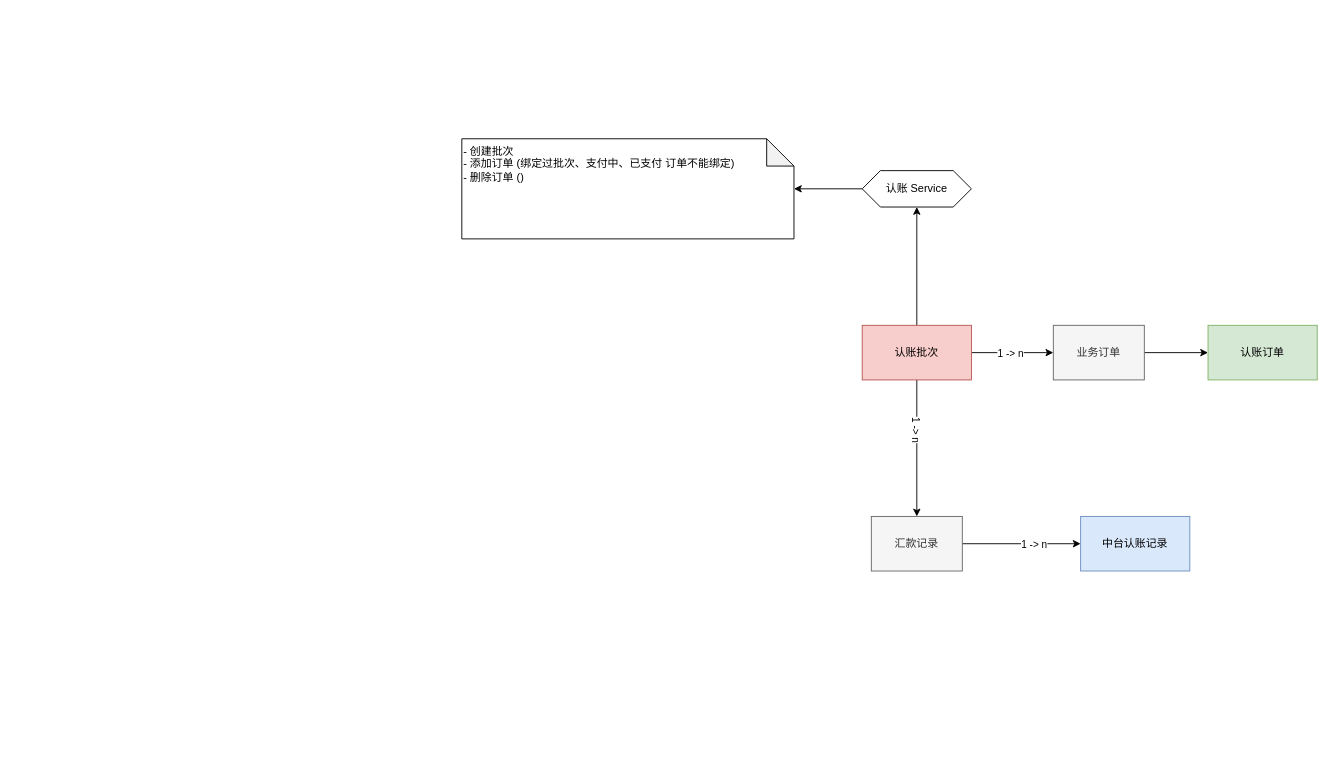
specialnote/diagrams keeps this draw.io diagram as 优信拍-网银多对多认账.drawio. Above is the earlier version. Source tidied: cells renumbered, new cells numbered last; positions are measured from the earlier drawing's top-left corner, leaving out a move shared by most shapes. Both pictures are drawn from the tidied source at 91%, with x=0, y=0 at pixel (461, 138).
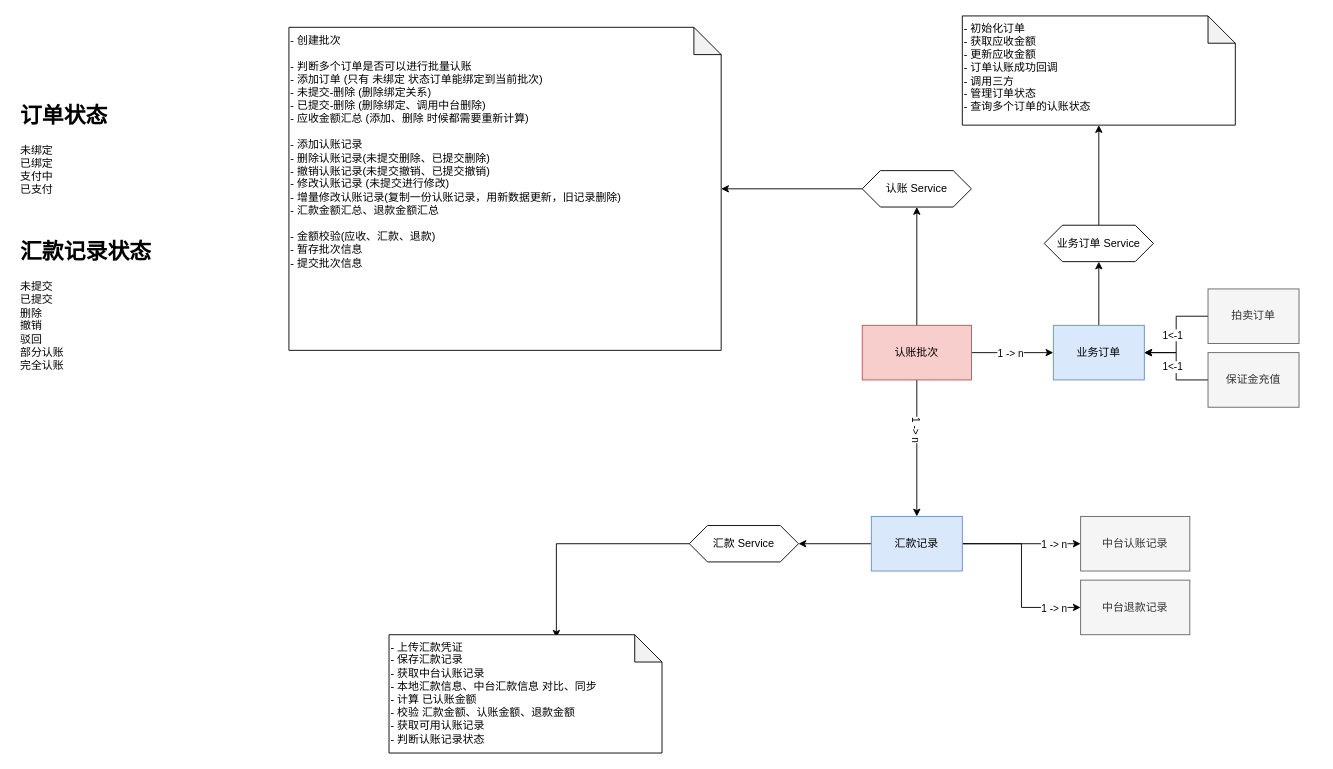
After the change.

Commit message:
Update 优信拍-网银多对多认账.drawio

The change refers to these unchanged cells:
```xml
<mxCell id="10" style="edgeStyle=orthogonalEdgeStyle;rounded=0;jettySize=auto;html=1;" parent="1" edge="1" source="12" target="13">
  <mxGeometry relative="1" as="geometry" />
</mxCell>
```

The edit, as a diff of the source:
```diff
@@
-    <mxCell id="8" style="edgeStyle=orthogonalEdgeStyle;rounded=0;jettySize=auto;html=1;" parent="1" edge="1" source="9" target="17">
-      <mxGeometry relative="1" as="geometry" />
-    </mxCell>
+    <mxCell id="18" style="edgeStyle=orthogonalEdgeStyle;rounded=0;jettySize=auto;html=1;" parent="1" edge="1" source="9" target="31">
+      <mxGeometry relative="1" as="geometry" />
+    </mxCell>
-    <mxCell id="9" value="业务订单" style="whiteSpace=wrap;html=1;rounded=0;fillColor=#f5f5f5;fontColor=#333333;strokeColor=#666666;" parent="1" vertex="1">
+    <mxCell id="9" value="业务订单" style="whiteSpace=wrap;html=1;rounded=0;fillColor=#dae8fc;strokeColor=#6c8ebf;" parent="1" vertex="1">
       <mxGeometry x="650" y="205" width="100" height="60" as="geometry" />
     </mxCell>
@@
     <mxCell id="11" value="&lt;div&gt;1 -&amp;gt; n&lt;/div&gt;" style="edgeLabel;html=1;align=center;verticalAlign=middle;" parent="10" vertex="1">
       <mxGeometry x="0.2" y="-3" relative="1" as="geometry">
-        <mxPoint y="-3" as="offset" />
+        <mxPoint x="22" y="-3" as="offset" />
       </mxGeometry>
     </mxCell>
+    <mxCell id="19" style="edgeStyle=orthogonalEdgeStyle;rounded=0;jettySize=auto;html=1;" parent="1" edge="1" source="12" target="33">
+      <mxGeometry relative="1" as="geometry" />
+    </mxCell>
+    <mxCell id="20" style="edgeStyle=orthogonalEdgeStyle;rounded=0;jettySize=auto;html=1;entryX=0;entryY=0.5;entryDx=0;entryDy=0;" parent="1" edge="1" source="12" target="35">
+      <mxGeometry relative="1" as="geometry" />
+    </mxCell>
-    <mxCell id="12" value="汇款记录" style="whiteSpace=wrap;html=1;rounded=0;fillColor=#f5f5f5;fontColor=#333333;strokeColor=#666666;" parent="1" vertex="1">
+    <mxCell id="12" value="汇款记录" style="whiteSpace=wrap;html=1;rounded=0;fillColor=#dae8fc;strokeColor=#6c8ebf;" parent="1" vertex="1">
       <mxGeometry x="450" y="415" width="100" height="60" as="geometry" />
     </mxCell>
-    <mxCell id="13" value="中台认账记录" style="whiteSpace=wrap;html=1;fillColor=#dae8fc;strokeColor=#6c8ebf;rounded=0;" parent="1" vertex="1">
+    <mxCell id="13" value="中台认账记录" style="whiteSpace=wrap;html=1;fillColor=#f5f5f5;strokeColor=#666666;rounded=0;fontColor=#333333;" parent="1" vertex="1">
       <mxGeometry x="680" y="415" width="120" height="60" as="geometry" />
     </mxCell>
@@
-    <mxCell id="16" value="&lt;div&gt;- 创建批次&lt;/div&gt;&lt;div&gt;- 添加订单 (绑定过批次、支付中、已支付 订单不能绑定)&lt;/div&gt;&lt;div&gt;- 删除订单 ()&lt;br&gt;&lt;/div&gt;" style="shape=note;whiteSpace=wrap;html=1;backgroundOutline=1;darkOpacity=0.05;align=left;verticalAlign=top;" parent="1" vertex="1">
-      <mxGeometry width="365" height="110" as="geometry" />
+    <mxCell id="16" value="&lt;div&gt;- 创建批次&lt;br&gt;&lt;/div&gt;&lt;div&gt;&lt;br&gt;&lt;/div&gt;&lt;div&gt;- 判断多个订单是否可以进行批量认账&lt;/div&gt;&lt;div&gt;- 添加订单 (只有 未绑定 状态订单能绑定到当前批次)&lt;br&gt;&lt;div&gt;- 未提交-删除 (删除绑定关系)&lt;/div&gt;- 已提交-删除 (删除绑定、调用中台删除)&lt;/div&gt;&lt;div&gt;- 应收金额汇总 (添加、删除 时候都需要重新计算)&lt;/div&gt;&lt;div&gt;&lt;br&gt;&lt;/div&gt;&lt;div&gt;- 添加认账记录&lt;/div&gt;&lt;div&gt;- 删除认账记录(未提交删除、已提交删除)&lt;/div&gt;&lt;div&gt;- 撤销认账记录(未提交撤销、已提交撤销)&lt;br&gt;&lt;/div&gt;&lt;div&gt;- 修改认账记录 (未提交进行修改)&lt;br&gt;- 增量修改认账记录(复制一份认账记录，用新数据更新，旧记录删除)&lt;/div&gt;&lt;div&gt;- 汇款金额汇总、退款金额汇总&lt;/div&gt;&lt;div&gt;&lt;br&gt;&lt;/div&gt;&lt;div&gt;- 金额校验(应收、汇款、退款)&lt;/div&gt;&lt;div&gt;- 暂存批次信息&lt;/div&gt;&lt;div&gt;- 提交批次信息&lt;br&gt;&lt;/div&gt;&lt;div&gt;&lt;br&gt;&lt;/div&gt;&lt;div&gt;&lt;br&gt;&lt;/div&gt;" style="shape=note;whiteSpace=wrap;html=1;backgroundOutline=1;darkOpacity=0.05;align=left;verticalAlign=top;" parent="1" vertex="1">
+      <mxGeometry x="-190" y="-122.5" width="475" height="355" as="geometry" />
     </mxCell>
-    <mxCell id="17" value="认账订单" style="whiteSpace=wrap;html=1;fillColor=#d5e8d4;strokeColor=#82b366;rounded=0;" parent="1" vertex="1">
-      <mxGeometry x="820" y="205" width="120" height="60" as="geometry" />
-    </mxCell>
+    <mxCell id="21" value="&lt;h1&gt;订单状态&lt;br&gt;&lt;/h1&gt;&lt;p&gt;未绑定&lt;br&gt;已绑定&lt;br&gt;支付中&lt;br&gt;已支付&lt;br&gt;&lt;/p&gt;" style="text;html=1;strokeColor=none;fillColor=none;spacing=5;spacingTop=-20;whiteSpace=wrap;overflow=hidden;rounded=0;" parent="1" vertex="1">
+      <mxGeometry x="-490" y="-45" width="190" height="170" as="geometry" />
+    </mxCell>
+    <mxCell id="22" value="&lt;h1&gt;汇款记录状态&lt;br&gt;&lt;/h1&gt;&lt;p&gt;未提交&lt;br&gt;已提交&lt;br&gt;删除&lt;br&gt;撤销&lt;br&gt;驳回&lt;br&gt;部分认账&lt;br&gt;完全认账&lt;br&gt;&lt;br&gt;&lt;/p&gt;" style="text;html=1;strokeColor=none;fillColor=none;spacing=5;spacingTop=-20;whiteSpace=wrap;overflow=hidden;rounded=0;" parent="1" vertex="1">
+      <mxGeometry x="-490" y="105" width="200" height="170" as="geometry" />
+    </mxCell>
+    <mxCell id="23" style="edgeStyle=orthogonalEdgeStyle;rounded=0;jettySize=auto;html=1;entryX=1;entryY=0.5;entryDx=0;entryDy=0;" parent="1" edge="1" source="25" target="9">
+      <mxGeometry relative="1" as="geometry" />
+    </mxCell>
+    <mxCell id="24" value="1&amp;lt;-1" style="edgeLabel;html=1;align=center;verticalAlign=middle;" parent="23" vertex="1">
+      <mxGeometry x="-0.56" y="3" relative="1" as="geometry">
+        <mxPoint x="-16" y="17" as="offset" />
+      </mxGeometry>
+    </mxCell>
+    <mxCell id="25" value="拍卖订单" style="whiteSpace=wrap;html=1;rounded=0;fillColor=#f5f5f5;fontColor=#333333;strokeColor=#666666;" parent="1" vertex="1">
+      <mxGeometry x="820" y="165" width="100" height="60" as="geometry" />
+    </mxCell>
+    <mxCell id="26" style="edgeStyle=orthogonalEdgeStyle;rounded=0;jettySize=auto;html=1;entryX=1;entryY=0.5;entryDx=0;entryDy=0;" parent="1" edge="1" source="27" target="9">
+      <mxGeometry relative="1" as="geometry" />
+    </mxCell>
+    <mxCell id="27" value="保证金充值" style="whiteSpace=wrap;html=1;rounded=0;fillColor=#f5f5f5;fontColor=#333333;strokeColor=#666666;" parent="1" vertex="1">
+      <mxGeometry x="820" y="235" width="100" height="60" as="geometry" />
+    </mxCell>
+    <mxCell id="28" value="1&amp;lt;-1" style="edgeLabel;html=1;align=center;verticalAlign=middle;" parent="1" vertex="1">
+      <mxGeometry x="790" y="215" as="geometry">
+        <mxPoint x="-10" y="35" as="offset" />
+      </mxGeometry>
+    </mxCell>
+    <mxCell id="29" value="- 初始化订单&lt;br&gt;- 获取应收金额&lt;br&gt;&lt;div&gt;- 更新应收金额&lt;/div&gt;&lt;div&gt;- 订单认账成功回调&lt;/div&gt;&lt;div&gt;- 调用三方&lt;/div&gt;&lt;div&gt;- 管理订单状态&lt;/div&gt;&lt;div&gt;- 查询多个订单的认账状态&lt;/div&gt;" style="shape=note;whiteSpace=wrap;html=1;backgroundOutline=1;darkOpacity=0.05;align=left;verticalAlign=top;" parent="1" vertex="1">
+      <mxGeometry x="550" y="-135" width="300" height="120" as="geometry" />
+    </mxCell>
+    <mxCell id="30" style="edgeStyle=orthogonalEdgeStyle;rounded=0;jettySize=auto;html=1;" parent="1" edge="1" source="31" target="29">
+      <mxGeometry relative="1" as="geometry" />
+    </mxCell>
+    <mxCell id="31" value="业务订单 Service" style="shape=hexagon;perimeter=hexagonPerimeter2;whiteSpace=wrap;html=1;fixedSize=1;rounded=0;" parent="1" vertex="1">
+      <mxGeometry x="640" y="95" width="120" height="40" as="geometry" />
+    </mxCell>
+    <mxCell id="32" style="edgeStyle=orthogonalEdgeStyle;rounded=0;jettySize=auto;html=1;entryX=0.613;entryY=0.025;entryDx=0;entryDy=0;entryPerimeter=0;" parent="1" edge="1" source="33" target="34">
+      <mxGeometry relative="1" as="geometry" />
+    </mxCell>
+    <mxCell id="33" value="汇款 Service" style="shape=hexagon;perimeter=hexagonPerimeter2;whiteSpace=wrap;html=1;fixedSize=1;rounded=0;" parent="1" vertex="1">
+      <mxGeometry x="250" y="425" width="120" height="40" as="geometry" />
+    </mxCell>
+    <mxCell id="34" value="&lt;div&gt;- 上传汇款凭证&lt;/div&gt;&lt;div&gt;- 保存汇款记录&lt;br&gt;&lt;/div&gt;&lt;div&gt;- 获取中台认账记录&lt;/div&gt;&lt;div&gt;- 本地汇款信息、中台汇款信息 对比、同步&lt;br&gt;&lt;/div&gt;&lt;div&gt;- 计算 已认账金额&lt;/div&gt;&lt;div&gt;- 校验 汇款金额、认账金额、退款金额&lt;/div&gt;&lt;div&gt;- 获取可用认账记录&lt;/div&gt;&lt;div&gt;- 判断认账记录状态&lt;br&gt;&lt;/div&gt;" style="shape=note;whiteSpace=wrap;html=1;backgroundOutline=1;darkOpacity=0.05;align=left;verticalAlign=top;" parent="1" vertex="1">
+      <mxGeometry x="-80" y="545" width="300" height="130" as="geometry" />
+    </mxCell>
+    <mxCell id="35" value="中台退款记录" style="whiteSpace=wrap;html=1;fillColor=#f5f5f5;strokeColor=#666666;rounded=0;fontColor=#333333;" parent="1" vertex="1">
+      <mxGeometry x="680" y="485" width="120" height="60" as="geometry" />
+    </mxCell>
+    <mxCell id="36" value="&lt;div&gt;1 -&amp;gt; n&lt;/div&gt;" style="edgeLabel;html=1;align=center;verticalAlign=middle;" parent="1" vertex="1">
+      <mxGeometry x="650" y="515" as="geometry" />
+    </mxCell>
```
